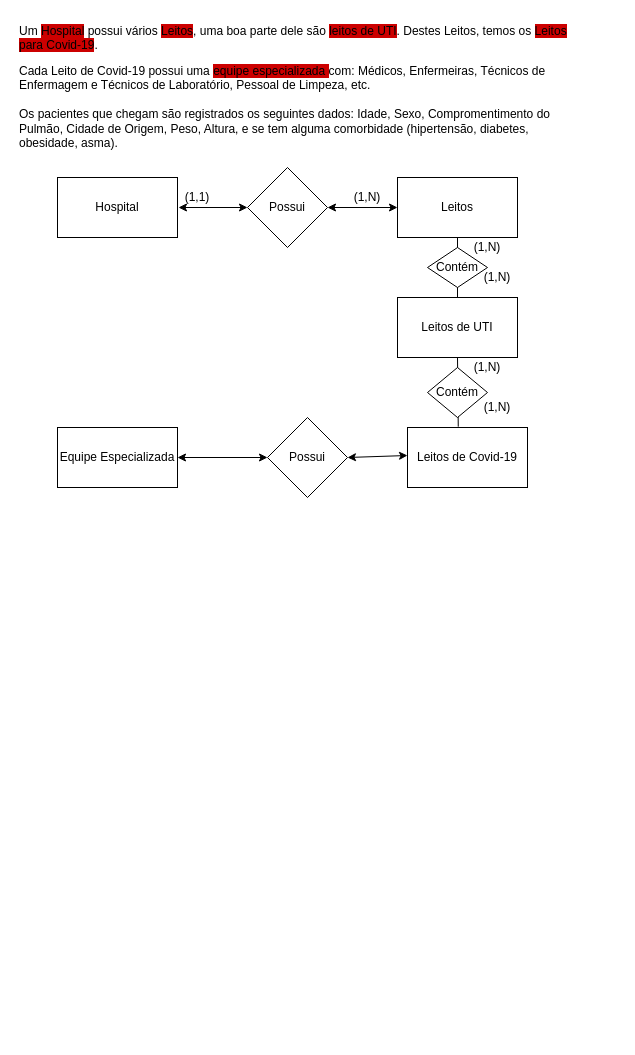
Above: Covid-19-Hospital.drawio in vladimiralencar/Alunos-UEPB-BancoDeDados (draw.io), before the change. Source tidied: cells renumbered, new cells numbered last; positions are measured from the earlier drawing's top-left corner, leaving out a move shared by most shapes. Both pictures are drawn from the tidied source at 100%, with x=0, y=0 at pixel (17, 17).
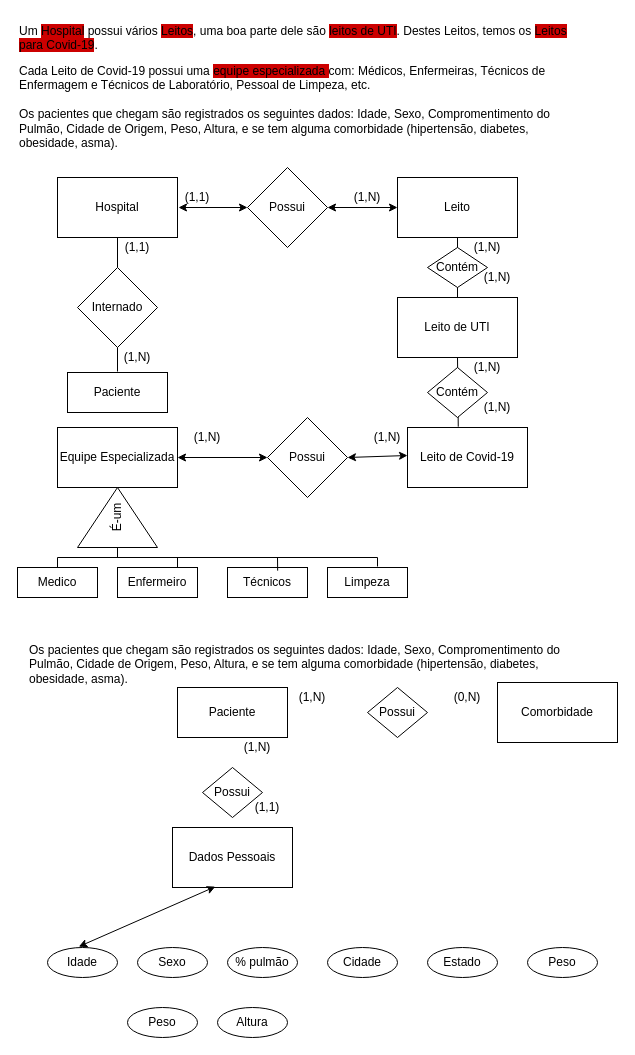
The same page after the edit.

The change refers to these unchanged cells:
```xml
<mxCell id="5" value="Hospital" style="rounded=0;whiteSpace=wrap;html=1;" parent="1" vertex="1">
  <mxGeometry x="40" y="160" width="120" height="60" as="geometry" />
</mxCell>
```

What changed in the source:
```diff
@@
-    <mxCell id="6" value="Leitos" style="rounded=0;whiteSpace=wrap;html=1;" parent="1" vertex="1">
+    <mxCell id="6" value="Leito" style="rounded=0;whiteSpace=wrap;html=1;" parent="1" vertex="1">
       <mxGeometry x="380" y="160" width="120" height="60" as="geometry" />
     </mxCell>
-    <mxCell id="7" value="Leitos de UTI" style="rounded=0;whiteSpace=wrap;html=1;" parent="1" vertex="1">
+    <mxCell id="7" value="Leito de UTI" style="rounded=0;whiteSpace=wrap;html=1;" parent="1" vertex="1">
       <mxGeometry x="380" y="280" width="120" height="60" as="geometry" />
     </mxCell>
-    <mxCell id="8" value="Leitos de Covid-19" style="rounded=0;whiteSpace=wrap;html=1;" parent="1" vertex="1">
+    <mxCell id="8" value="Leito de Covid-19" style="rounded=0;whiteSpace=wrap;html=1;" parent="1" vertex="1">
       <mxGeometry x="390" y="410" width="120" height="60" as="geometry" />
     </mxCell>
@@
+    <mxCell id="26" value="(1,N)" style="text;html=1;strokeColor=none;fillColor=none;align=center;verticalAlign=middle;whiteSpace=wrap;rounded=0;" parent="1" vertex="1">
+      <mxGeometry x="350" y="410" width="40" height="20" as="geometry" />
+    </mxCell>
+    <mxCell id="27" value="(1,N)" style="text;html=1;strokeColor=none;fillColor=none;align=center;verticalAlign=middle;whiteSpace=wrap;rounded=0;" parent="1" vertex="1">
+      <mxGeometry x="170" y="410" width="40" height="20" as="geometry" />
+    </mxCell>
+    <mxCell id="28" value="É-um" style="triangle;whiteSpace=wrap;html=1;rotation=-90;" parent="1" vertex="1">
+      <mxGeometry x="70" y="460" width="60" height="80" as="geometry" />
+    </mxCell>
+    <mxCell id="29" value="Medico" style="rounded=0;whiteSpace=wrap;html=1;" parent="1" vertex="1">
+      <mxGeometry y="550" width="80" height="30" as="geometry" />
+    </mxCell>
+    <mxCell id="30" value="Enfermeiro" style="rounded=0;whiteSpace=wrap;html=1;" parent="1" vertex="1">
+      <mxGeometry x="100" y="550" width="80" height="30" as="geometry" />
+    </mxCell>
+    <mxCell id="31" value="Técnicos" style="rounded=0;whiteSpace=wrap;html=1;" parent="1" vertex="1">
+      <mxGeometry x="210" y="550" width="80" height="30" as="geometry" />
+    </mxCell>
+    <mxCell id="32" value="Limpeza" style="rounded=0;whiteSpace=wrap;html=1;" parent="1" vertex="1">
+      <mxGeometry x="310" y="550" width="80" height="30" as="geometry" />
+    </mxCell>
+    <mxCell id="33" style="endArrow=none;html=1;" parent="1" edge="1">
+      <mxGeometry relative="1" as="geometry">
+        <mxPoint x="40" y="540" as="sourcePoint" />
+        <mxPoint x="360" y="540" as="targetPoint" />
+      </mxGeometry>
+    </mxCell>
+    <mxCell id="34" style="endArrow=none;html=1;" parent="1" edge="1" source="29">
+      <mxGeometry relative="1" as="geometry">
+        <mxPoint x="40" y="540" as="targetPoint" />
+      </mxGeometry>
+    </mxCell>
+    <mxCell id="35" style="endArrow=none;html=1;exitX=0.75;exitY=0;exitDx=0;exitDy=0;" parent="1" edge="1" source="30">
+      <mxGeometry relative="1" as="geometry">
+        <mxPoint x="160" y="540" as="targetPoint" />
+      </mxGeometry>
+    </mxCell>
+    <mxCell id="36" style="endArrow=none;html=1;exitX=0.627;exitY=0.105;exitDx=0;exitDy=0;exitPerimeter=0;" parent="1" edge="1" source="31">
+      <mxGeometry relative="1" as="geometry">
+        <mxPoint x="260" y="540" as="targetPoint" />
+      </mxGeometry>
+    </mxCell>
+    <mxCell id="37" style="endArrow=none;html=1;" parent="1" edge="1">
+      <mxGeometry relative="1" as="geometry">
+        <mxPoint x="360" y="549" as="sourcePoint" />
+        <mxPoint x="360" y="540" as="targetPoint" />
+      </mxGeometry>
+    </mxCell>
+    <mxCell id="38" style="endArrow=none;html=1;" parent="1" edge="1">
+      <mxGeometry relative="1" as="geometry">
+        <mxPoint x="100" y="540" as="sourcePoint" />
+        <mxPoint x="100" y="530" as="targetPoint" />
+      </mxGeometry>
+    </mxCell>
+    <mxCell id="39" value="Paciente" style="whiteSpace=wrap;html=1;" parent="1" vertex="1">
+      <mxGeometry x="50" y="355" width="100" height="40" as="geometry" />
+    </mxCell>
+    <mxCell id="40" value="Internado" style="rhombus;whiteSpace=wrap;html=1;" parent="1" vertex="1">
+      <mxGeometry x="60" y="250" width="80" height="80" as="geometry" />
+    </mxCell>
+    <mxCell id="41" style="endArrow=none;html=1;entryX=0.5;entryY=1;entryDx=0;entryDy=0;" parent="1" edge="1" target="5">
+      <mxGeometry relative="1" as="geometry">
+        <mxPoint x="100" y="250" as="sourcePoint" />
+      </mxGeometry>
+    </mxCell>
+    <mxCell id="42" style="endArrow=none;html=1;entryX=0.5;entryY=1;entryDx=0;entryDy=0;" parent="1" edge="1" target="40">
+      <mxGeometry relative="1" as="geometry">
+        <mxPoint x="100" y="354" as="sourcePoint" />
+      </mxGeometry>
+    </mxCell>
+    <mxCell id="43" value="(1,N)" style="text;html=1;strokeColor=none;fillColor=none;align=center;verticalAlign=middle;whiteSpace=wrap;rounded=0;" parent="1" vertex="1">
+      <mxGeometry x="100" y="330" width="40" height="20" as="geometry" />
+    </mxCell>
+    <mxCell id="44" value="(1,1)" style="text;html=1;strokeColor=none;fillColor=none;align=center;verticalAlign=middle;whiteSpace=wrap;rounded=0;" parent="1" vertex="1">
+      <mxGeometry x="100" y="220" width="40" height="20" as="geometry" />
+    </mxCell>
+    <mxCell id="45" value="&lt;br&gt;&lt;br&gt;Os pacientes que chegam são registrados os seguintes dados: Idade, Sexo, Compromentimento do Pulmão, Cidade de Origem, Peso, Altura, e se tem alguma comorbidade (hipertensão, diabetes, obesidade, asma)." style="text;whiteSpace=wrap;html=1;" parent="1" vertex="1">
+      <mxGeometry x="10" y="590" width="550" height="100" as="geometry" />
+    </mxCell>
+    <mxCell id="46" value="Paciente" style="whiteSpace=wrap;html=1;" parent="1" vertex="1">
+      <mxGeometry x="160" y="670" width="110" height="50" as="geometry" />
+    </mxCell>
+    <mxCell id="47" value="Dados Pessoais" style="rounded=0;whiteSpace=wrap;html=1;" parent="1" vertex="1">
+      <mxGeometry x="155" y="810" width="120" height="60" as="geometry" />
+    </mxCell>
+    <mxCell id="48" value="Possui" style="rhombus;whiteSpace=wrap;html=1;" parent="1" vertex="1">
+      <mxGeometry x="185" y="750" width="60" height="50" as="geometry" />
+    </mxCell>
+    <mxCell id="49" value="Idade" style="ellipse;whiteSpace=wrap;html=1;" parent="1" vertex="1">
+      <mxGeometry x="30" y="930" width="70" height="30" as="geometry" />
+    </mxCell>
+    <mxCell id="50" value="Sexo" style="ellipse;whiteSpace=wrap;html=1;" parent="1" vertex="1">
+      <mxGeometry x="120" y="930" width="70" height="30" as="geometry" />
+    </mxCell>
+    <mxCell id="51" value="% pulmão" style="ellipse;whiteSpace=wrap;html=1;" parent="1" vertex="1">
+      <mxGeometry x="210" y="930" width="70" height="30" as="geometry" />
+    </mxCell>
+    <mxCell id="52" value="Cidade" style="ellipse;whiteSpace=wrap;html=1;" parent="1" vertex="1">
+      <mxGeometry x="310" y="930" width="70" height="30" as="geometry" />
+    </mxCell>
+    <mxCell id="53" value="Estado" style="ellipse;whiteSpace=wrap;html=1;" parent="1" vertex="1">
+      <mxGeometry x="410" y="930" width="70" height="30" as="geometry" />
+    </mxCell>
+    <mxCell id="54" value="Peso" style="ellipse;whiteSpace=wrap;html=1;" parent="1" vertex="1">
+      <mxGeometry x="510" y="930" width="70" height="30" as="geometry" />
+    </mxCell>
+    <mxCell id="55" value="Peso" style="ellipse;whiteSpace=wrap;html=1;" parent="1" vertex="1">
+      <mxGeometry x="110" y="990" width="70" height="30" as="geometry" />
+    </mxCell>
+    <mxCell id="56" value="Altura" style="ellipse;whiteSpace=wrap;html=1;" parent="1" vertex="1">
+      <mxGeometry x="200" y="990" width="70" height="30" as="geometry" />
+    </mxCell>
+    <mxCell id="57" value="Comorbidade" style="rounded=0;whiteSpace=wrap;html=1;" parent="1" vertex="1">
+      <mxGeometry x="480" y="665" width="120" height="60" as="geometry" />
+    </mxCell>
+    <mxCell id="58" value="Possui" style="rhombus;whiteSpace=wrap;html=1;" parent="1" vertex="1">
+      <mxGeometry x="350" y="670" width="60" height="50" as="geometry" />
+    </mxCell>
+    <mxCell id="59" value="(1,N)" style="text;html=1;strokeColor=none;fillColor=none;align=center;verticalAlign=middle;whiteSpace=wrap;rounded=0;" parent="1" vertex="1">
+      <mxGeometry x="220" y="720" width="40" height="20" as="geometry" />
+    </mxCell>
+    <mxCell id="60" style="endArrow=classic;startArrow=classic;html=1;entryX=0.357;entryY=0.986;entryDx=0;entryDy=0;entryPerimeter=0;exitX=0.447;exitY=-0.029;exitDx=0;exitDy=0;exitPerimeter=0;" parent="1" edge="1" source="49" target="47">
+      <mxGeometry relative="1" as="geometry" />
+    </mxCell>
+    <mxCell id="61" value="(1,1)" style="text;html=1;strokeColor=none;fillColor=none;align=center;verticalAlign=middle;whiteSpace=wrap;rounded=0;" parent="1" vertex="1">
+      <mxGeometry x="230" y="780" width="40" height="20" as="geometry" />
+    </mxCell>
+    <mxCell id="62" value="(1,N)" style="text;html=1;strokeColor=none;fillColor=none;align=center;verticalAlign=middle;whiteSpace=wrap;rounded=0;" parent="1" vertex="1">
+      <mxGeometry x="275" y="670" width="40" height="20" as="geometry" />
+    </mxCell>
+    <mxCell id="63" value="(0,N)" style="text;html=1;strokeColor=none;fillColor=none;align=center;verticalAlign=middle;whiteSpace=wrap;rounded=0;" parent="1" vertex="1">
+      <mxGeometry x="430" y="670" width="40" height="20" as="geometry" />
+    </mxCell>
```
